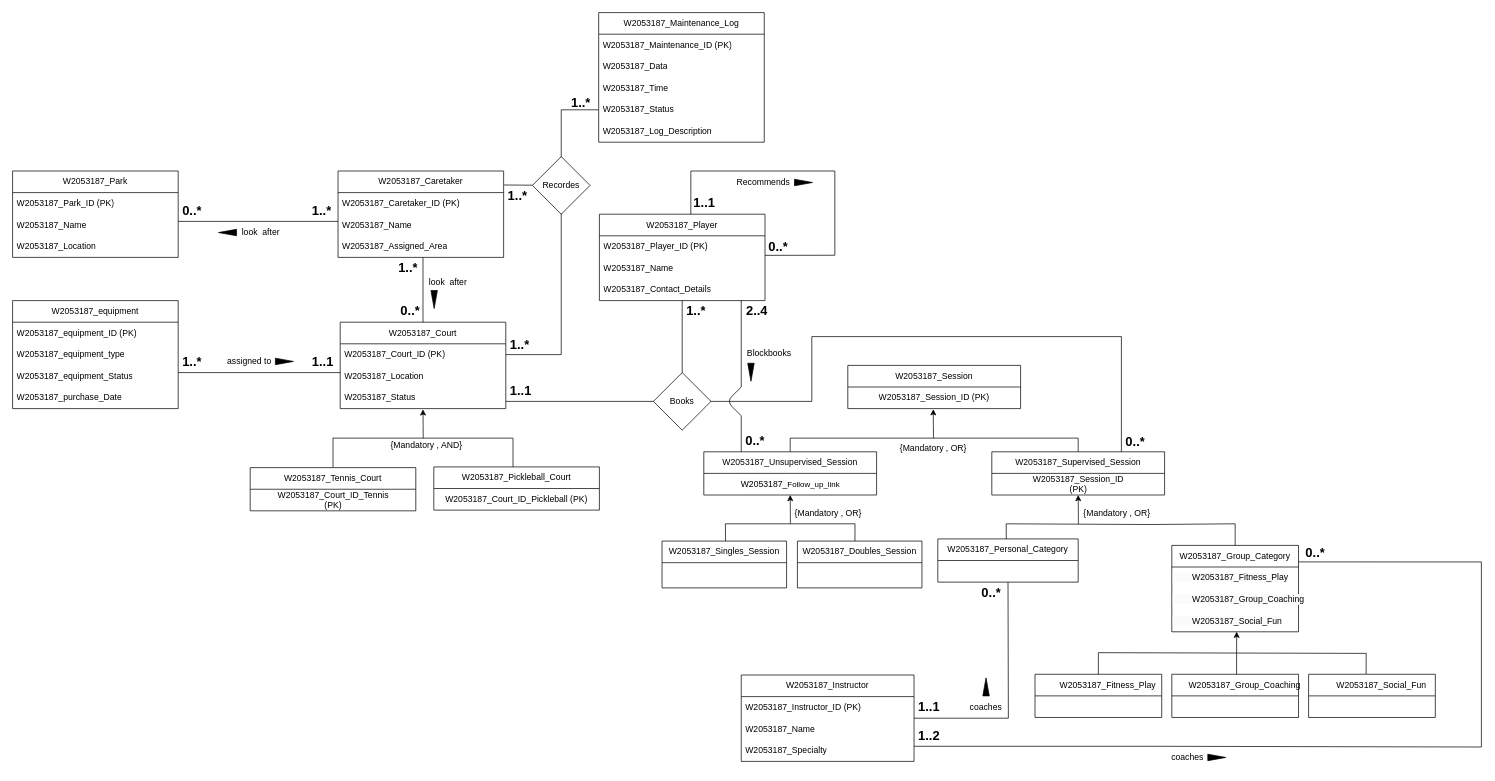
Before: Actual_Diagram.drawio in ShenalSen/24_5COSC020_CWK, a draw.io diagram. Source tidied: cells renumbered, new cells numbered last; positions are measured from the earlier drawing's top-left corner, leaving out a move shared by most shapes. Both pictures are drawn from the tidied source at 72%, with x=0, y=0 at pixel (12, 12).
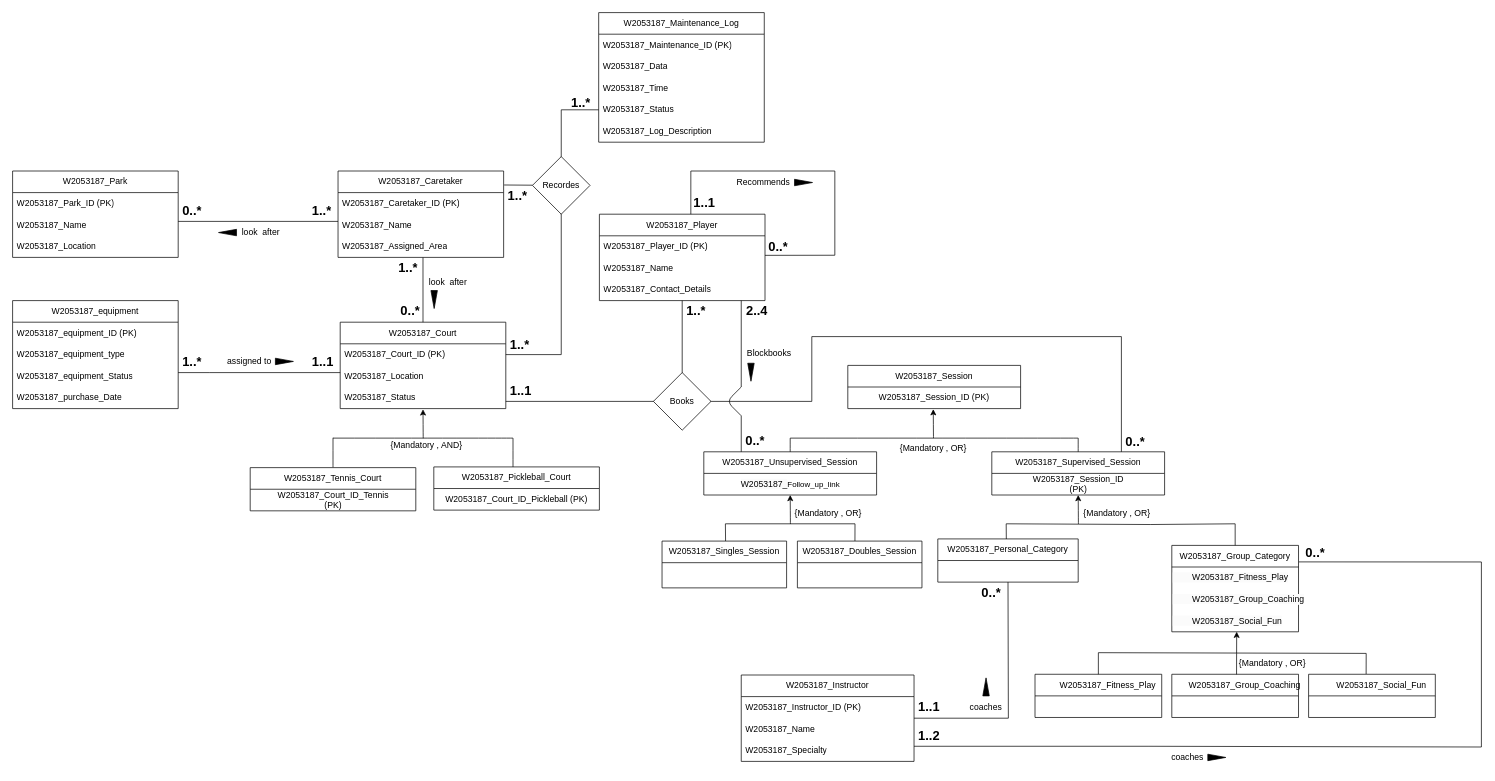
Above is the later version.

Change to the diagram source:
```diff
@@
+    <mxCell id="122" value="{Mandatory , OR}" style="text;html=1;align=center;verticalAlign=middle;whiteSpace=wrap;rounded=0;" parent="1" vertex="1">
+      <mxGeometry x="1695" y="889" width="110" height="30" as="geometry" />
+    </mxCell>
```
